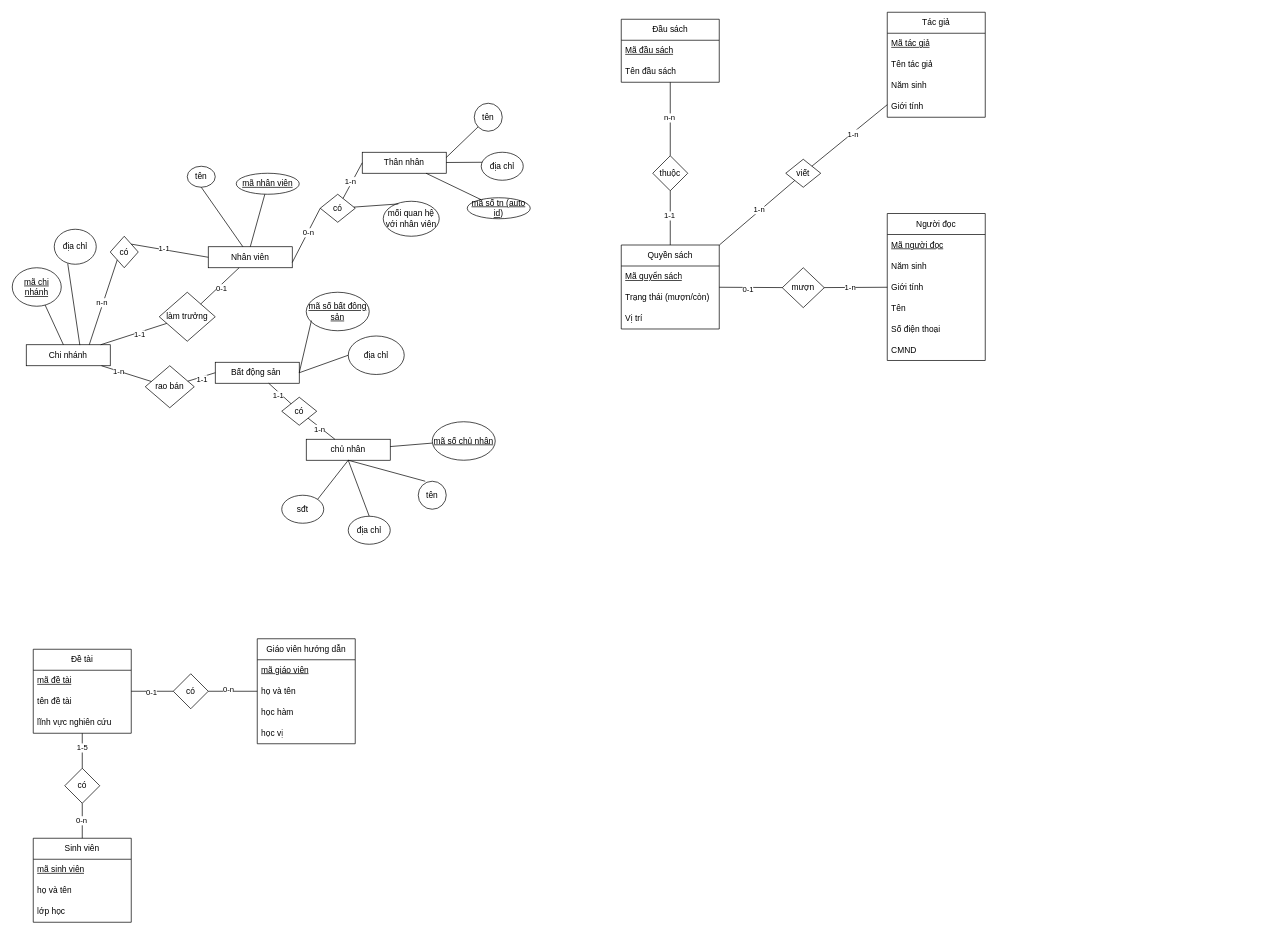
Above: page "Lab 01" (1 of 2) of Exercise_01.drawio in DatOneGuyL/Extra-Exercises (draw.io), before the change. Source tidied: cells renumbered, new cells numbered last; positions are measured from the earlier drawing's top-left corner, leaving out a move shared by most shapes. Both pictures are drawn from the tidied source at 70%, with x=0, y=0 at pixel (12, 12).
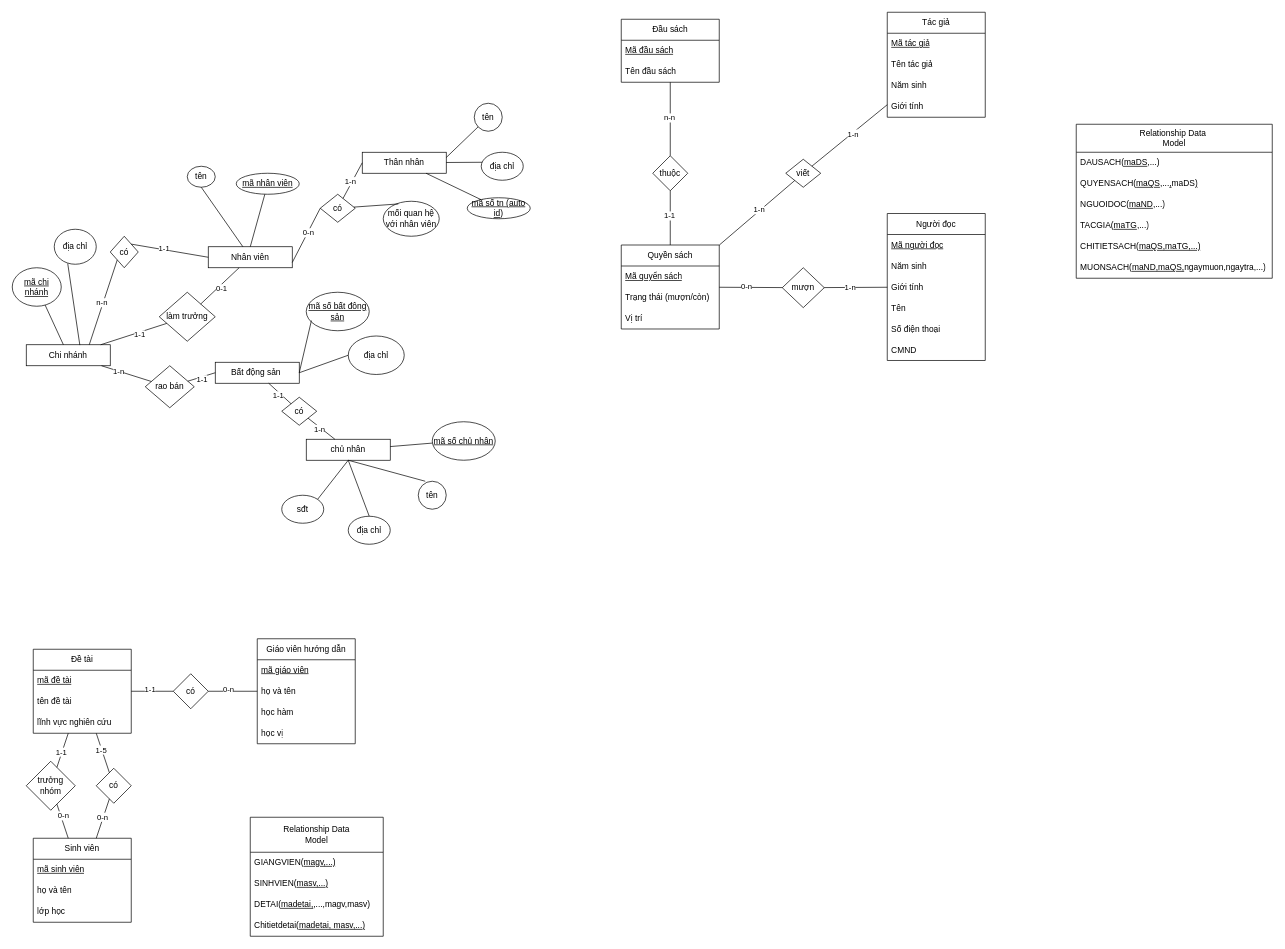
The same diagram, later.

The change refers to these unchanged cells:
```xml
<mxCell id="61" value="Đề tài" style="swimlane;fontStyle=0;horizontal=1;startSize=30;whiteSpace=wrap;html=1;" parent="1" vertex="1">
  <mxGeometry x="30" y="910" width="140" height="120" as="geometry" />
</mxCell>
<mxCell id="66" style="endArrow=none;html=1;rounded=0;" parent="1" edge="1" source="61" target="65">
  <mxGeometry relative="1" as="geometry" />
</mxCell>
<mxCell id="75" value="Sinh viên" style="swimlane;fontStyle=0;horizontal=1;startSize=30;whiteSpace=wrap;html=1;" parent="1" vertex="1">
  <mxGeometry x="30" y="1180" width="140" height="120" as="geometry" />
</mxCell>
<mxCell id="104" style="endArrow=none;html=1;rounded=0;" parent="1" edge="1" source="92" target="103">
  <mxGeometry relative="1" as="geometry" />
</mxCell>
```

What changed in the source:
```diff
@@
-    <mxCell id="67" value="0-1" style="edgeLabel;html=1;align=center;verticalAlign=middle;" parent="66" vertex="1">
-      <mxGeometry x="-0.06" y="-1" relative="1" as="geometry" />
-    </mxCell>
+    <mxCell id="118" value="1-1" style="edgeLabel;html=1;align=center;verticalAlign=middle;" parent="66" vertex="1">
+      <mxGeometry x="-0.13" y="3" relative="1" as="geometry" />
+    </mxCell>
@@
     <mxCell id="79" value="có" style="rhombus;whiteSpace=wrap;html=1;" parent="1" vertex="1">
-      <mxGeometry x="75" y="1080" width="50" height="50" as="geometry" />
+      <mxGeometry x="120" y="1080" width="50" height="50" as="geometry" />
     </mxCell>
@@
-    <mxCell id="105" value="0-1" style="edgeLabel;html=1;align=center;verticalAlign=middle;" parent="104" vertex="1">
-      <mxGeometry x="-0.08" y="-2" relative="1" as="geometry" />
-    </mxCell>
+    <mxCell id="119" value="0-n" style="edgeLabel;html=1;align=center;verticalAlign=middle;" parent="104" vertex="1">
+      <mxGeometry x="-0.15" y="2" relative="1" as="geometry" />
+    </mxCell>
@@
+    <mxCell id="120" value="trưởng&lt;br&gt;nhóm" style="rhombus;whiteSpace=wrap;html=1;" parent="1" vertex="1">
+      <mxGeometry x="20" y="1070" width="70" height="70" as="geometry" />
+    </mxCell>
+    <mxCell id="121" style="endArrow=none;html=1;rounded=0;" parent="1" edge="1" source="120" target="61">
+      <mxGeometry relative="1" as="geometry" />
+    </mxCell>
+    <mxCell id="122" value="1-1" style="edgeLabel;html=1;align=center;verticalAlign=middle;" parent="121" vertex="1">
+      <mxGeometry x="-0.11" y="2" relative="1" as="geometry" />
+    </mxCell>
+    <mxCell id="123" style="endArrow=none;html=1;rounded=0;" parent="1" edge="1" source="75" target="120">
+      <mxGeometry relative="1" as="geometry" />
+    </mxCell>
+    <mxCell id="124" value="0-n" style="edgeLabel;html=1;align=center;verticalAlign=middle;" parent="123" vertex="1">
+      <mxGeometry x="0.29" y="-3" relative="1" as="geometry" />
+    </mxCell>
+    <mxCell id="125" value="Relationship Data&lt;br&gt;Model" style="swimlane;fontStyle=0;horizontal=1;startSize=50;whiteSpace=wrap;html=1;" parent="1" vertex="1">
+      <mxGeometry x="340" y="1150" width="190" height="170" as="geometry" />
+    </mxCell>
+    <mxCell id="126" value="GIANGVIEN(&lt;u&gt;magv,...)&lt;/u&gt;" style="text;strokeColor=none;fillColor=none;align=left;verticalAlign=middle;spacingLeft=4;spacingRight=4;overflow=hidden;whiteSpace=wrap;html=1;" parent="125" vertex="1">
+      <mxGeometry y="50" width="190" height="30" as="geometry" />
+    </mxCell>
+    <mxCell id="127" value="SINHVIEN(&lt;u&gt;masv,...)&lt;/u&gt;" style="text;strokeColor=none;fillColor=none;align=left;verticalAlign=middle;spacingLeft=4;spacingRight=4;overflow=hidden;whiteSpace=wrap;html=1;" parent="125" vertex="1">
+      <mxGeometry y="80" width="190" height="30" as="geometry" />
+    </mxCell>
+    <mxCell id="128" value="DETAI(&lt;u&gt;madetai,&lt;/u&gt;,...,magv,masv)" style="text;strokeColor=none;fillColor=none;align=left;verticalAlign=middle;spacingLeft=4;spacingRight=4;overflow=hidden;whiteSpace=wrap;html=1;" parent="125" vertex="1">
+      <mxGeometry y="110" width="190" height="30" as="geometry" />
+    </mxCell>
+    <mxCell id="129" value="Chitietdetai(&lt;u&gt;madetai, masv,...)&lt;/u&gt;" style="text;strokeColor=none;fillColor=none;align=left;verticalAlign=middle;spacingLeft=4;spacingRight=4;overflow=hidden;whiteSpace=wrap;html=1;" parent="125" vertex="1">
+      <mxGeometry y="140" width="190" height="30" as="geometry" />
+    </mxCell>
+    <mxCell id="130" value="Relationship Data&amp;nbsp;&lt;br&gt;Model" style="swimlane;fontStyle=0;horizontal=1;startSize=40;whiteSpace=wrap;html=1;" parent="1" vertex="1">
+      <mxGeometry x="1520" y="160" width="280" height="220" as="geometry" />
+    </mxCell>
+    <mxCell id="131" value="DAUSACH(&lt;u&gt;maDS&lt;/u&gt;,...)" style="text;strokeColor=none;fillColor=none;align=left;verticalAlign=middle;spacingLeft=4;spacingRight=4;overflow=hidden;whiteSpace=wrap;html=1;" parent="130" vertex="1">
+      <mxGeometry y="40" width="280" height="30" as="geometry" />
+    </mxCell>
+    <mxCell id="132" value="QUYENSACH(&lt;u&gt;maQS&lt;/u&gt;,...&lt;u&gt;,&lt;/u&gt;maDS&lt;u&gt;)&lt;/u&gt;" style="text;strokeColor=none;fillColor=none;align=left;verticalAlign=middle;spacingLeft=4;spacingRight=4;overflow=hidden;whiteSpace=wrap;html=1;" parent="130" vertex="1">
+      <mxGeometry y="70" width="280" height="30" as="geometry" />
+    </mxCell>
+    <mxCell id="133" value="NGUOIDOC(&lt;u&gt;maND&lt;/u&gt;,...)" style="text;strokeColor=none;fillColor=none;align=left;verticalAlign=middle;spacingLeft=4;spacingRight=4;overflow=hidden;whiteSpace=wrap;html=1;" parent="130" vertex="1">
+      <mxGeometry y="100" width="280" height="30" as="geometry" />
+    </mxCell>
+    <mxCell id="134" value="TACGIA(&lt;u&gt;maTG&lt;/u&gt;,...)" style="text;strokeColor=none;fillColor=none;align=left;verticalAlign=middle;spacingLeft=4;spacingRight=4;overflow=hidden;whiteSpace=wrap;html=1;" parent="130" vertex="1">
+      <mxGeometry y="130" width="280" height="30" as="geometry" />
+    </mxCell>
+    <mxCell id="135" value="CHITIETSACH(&lt;u&gt;maQS,maTG,...)&lt;br&gt;&lt;/u&gt;" style="text;strokeColor=none;fillColor=none;align=left;verticalAlign=middle;spacingLeft=4;spacingRight=4;overflow=hidden;whiteSpace=wrap;html=1;" parent="130" vertex="1">
+      <mxGeometry y="160" width="280" height="30" as="geometry" />
+    </mxCell>
+    <mxCell id="136" value="MUONSACH(&lt;u&gt;maND,maQS,&lt;/u&gt;ngaymuon,ngaytra,...)" style="text;strokeColor=none;fillColor=none;align=left;verticalAlign=middle;spacingLeft=4;spacingRight=4;overflow=hidden;whiteSpace=wrap;html=1;" parent="130" vertex="1">
+      <mxGeometry y="190" width="280" height="30" as="geometry" />
+    </mxCell>
```
